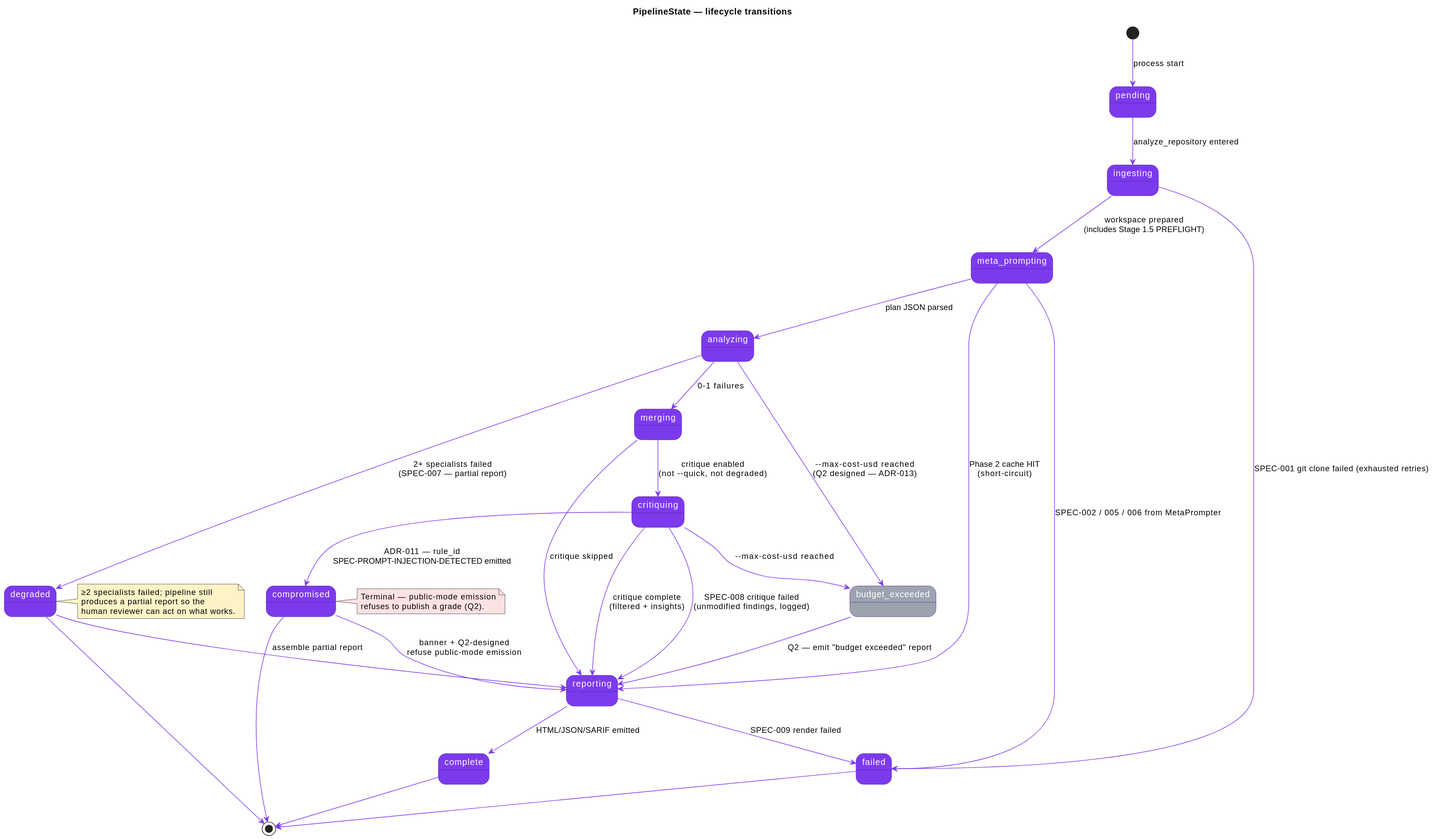
Earlier version of the PlantUML export docs/architecture/diagrams/04-pipeline-state.svg (leocder07/spectra).
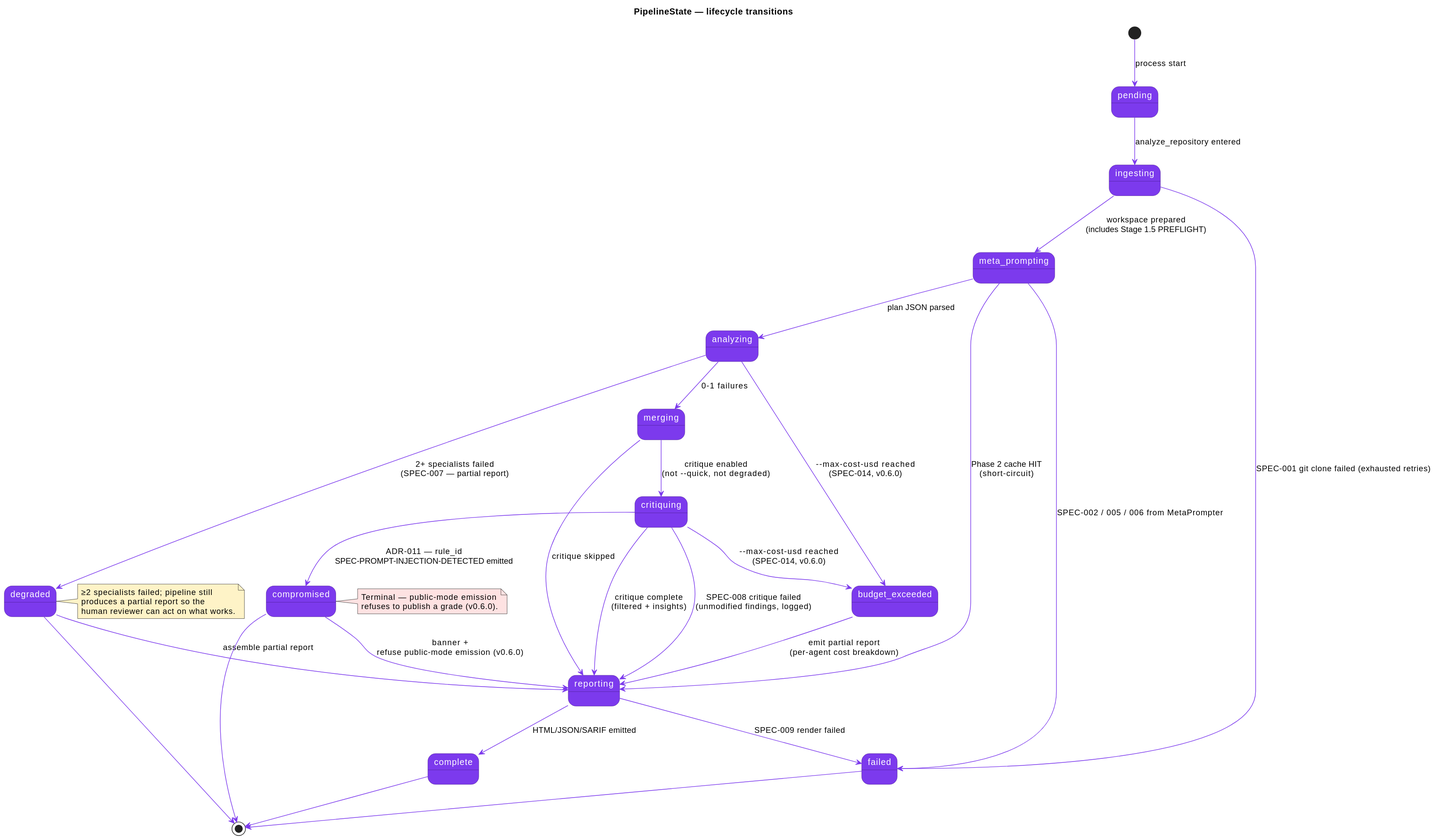
The same file after the commit.

Diff of the diagram source:
```diff
@@ -34,7 +34,7 @@
 reporting --> failed : SPEC-009 render failed
 
 degraded --> reporting : assemble partial report
-compromised --> reporting : banner + Q2-designed\nrefuse public-mode emission
+compromised --> reporting : banner +\nrefuse public-mode emission (v0.6.0)
 
 complete --> [*]
 degraded --> [*]
@@ -43,7 +43,7 @@
 
 note right of compromised #FEE2E2
   Terminal — public-mode emission
-  refuses to publish a grade (Q2).
+  refuses to publish a grade (v0.6.0).
 end note
 
 note right of degraded #FEF3C7
@@ -52,8 +52,8 @@
   human reviewer can act on what works.
 end note
 
-state "budget_exceeded" as be #9CA3AF
-analyzing --> be : --max-cost-usd reached\n(Q2 designed — ADR-013)
-critiquing --> be : --max-cost-usd reached
-be --> reporting : Q2 — emit "budget exceeded" report
+state "budget_exceeded" as be #7C3AED
+analyzing --> be : --max-cost-usd reached\n(SPEC-014, v0.6.0)
+critiquing --> be : --max-cost-usd reached\n(SPEC-014, v0.6.0)
+be --> reporting : emit partial report\n(per-agent cost breakdown)
 @enduml
```
